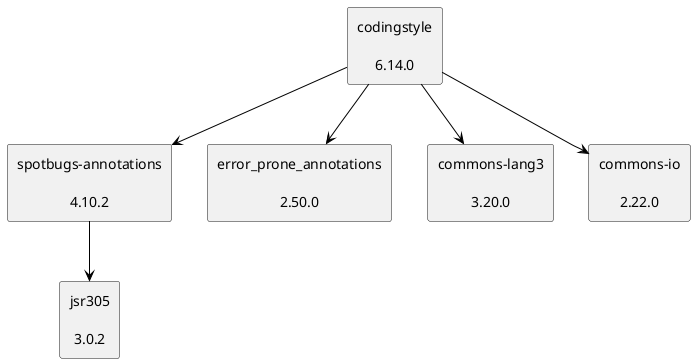
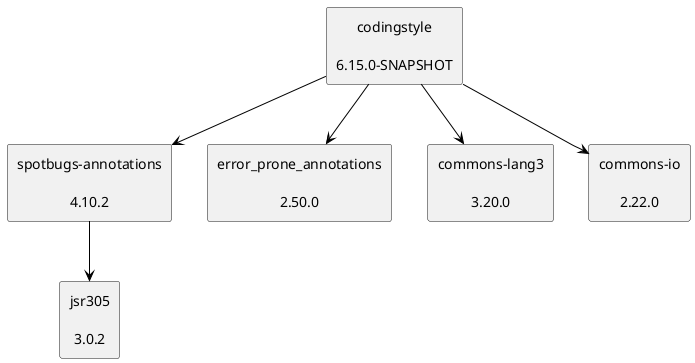
@startuml
skinparam defaultTextAlignment center
skinparam rectangle {
  BackgroundColor<<optional>> beige
  BackgroundColor<<test>> lightGreen
  BackgroundColor<<runtime>> lightBlue
  BackgroundColor<<provided>> lightGray
}
rectangle "spotbugs-annotations\n\n4.10.2" as com_github_spotbugs_spotbugs_annotations_jar
rectangle "jsr305\n\n3.0.2" as com_google_code_findbugs_jsr305_jar
- rectangle "codingstyle\n\n6.14.0" as edu_hm_hafner_codingstyle_jar
+ rectangle "codingstyle\n\n6.15.0-SNAPSHOT" as edu_hm_hafner_codingstyle_jar
rectangle "error_prone_annotations\n\n2.50.0" as com_google_errorprone_error_prone_annotations_jar
rectangle "commons-lang3\n\n3.20.0" as org_apache_commons_commons_lang3_jar
rectangle "commons-io\n\n2.22.0" as commons_io_commons_io_jar
com_github_spotbugs_spotbugs_annotations_jar -[#000000]-> com_google_code_findbugs_jsr305_jar
edu_hm_hafner_codingstyle_jar -[#000000]-> com_github_spotbugs_spotbugs_annotations_jar
edu_hm_hafner_codingstyle_jar -[#000000]-> com_google_errorprone_error_prone_annotations_jar
edu_hm_hafner_codingstyle_jar -[#000000]-> org_apache_commons_commons_lang3_jar
edu_hm_hafner_codingstyle_jar -[#000000]-> commons_io_commons_io_jar
@enduml